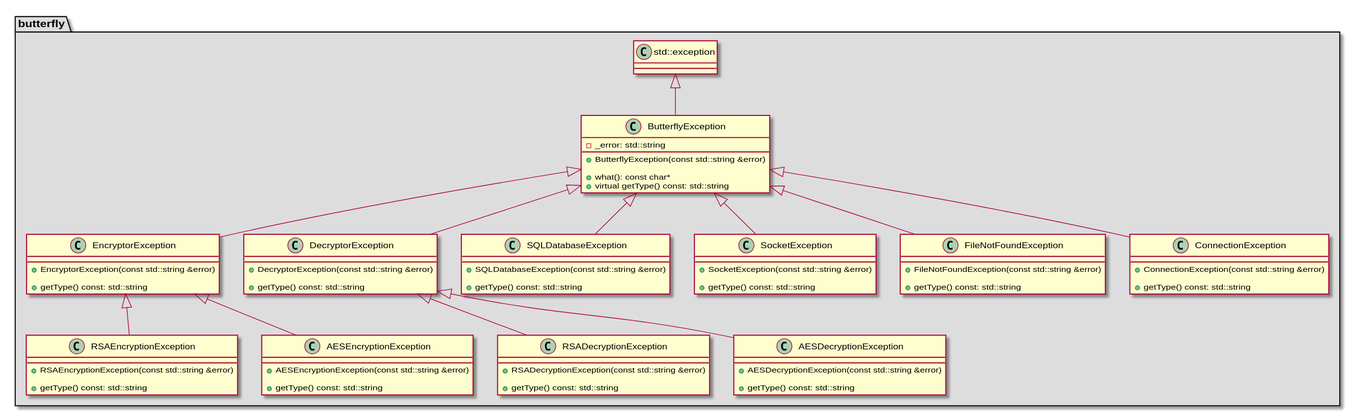
Before: architecture/class_diagrams/bflyExceptions.svg, a diagram exported from PlantUML (bierschi/butterfly).
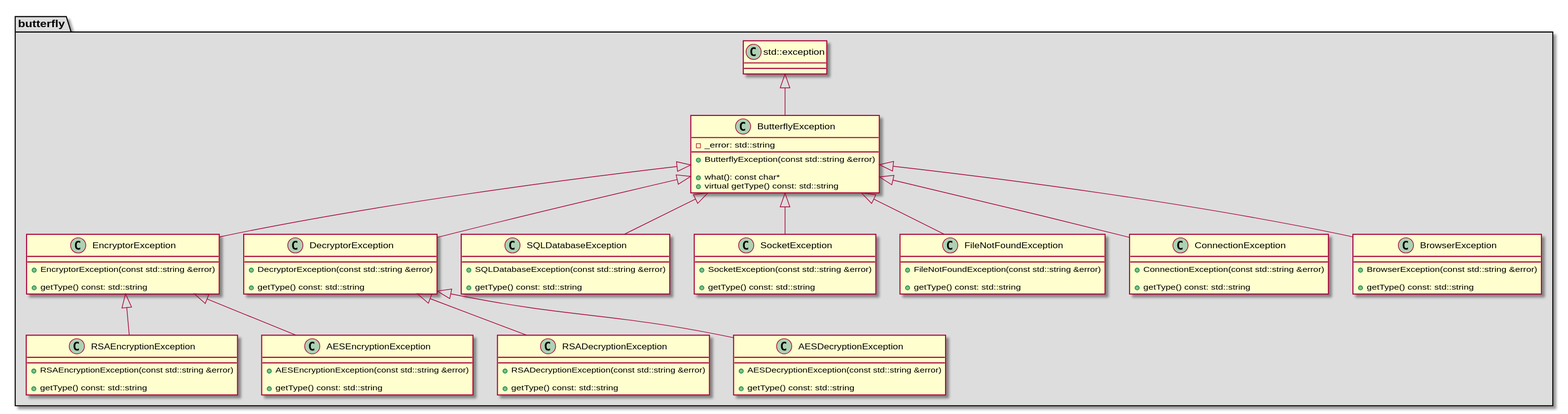
The same file after the commit.

Commit message:
Updated the class diagrams in architecture

What changed in the source:
```diff
@@ -98,6 +98,14 @@
     + getType() const: std::string
 }
 
+class BrowserException
+{
+
+    + BrowserException(const std::string &error)
+
+    + getType() const: std::string
+}
+
 std::exception <|-- ButterflyException
 ButterflyException <|-- EncryptorException
 ButterflyException <|-- DecryptorException
@@ -111,6 +119,7 @@
 ButterflyException <|-- SocketException
 ButterflyException <|-- FileNotFoundException
 ButterflyException <|-- ConnectionException
+ButterflyException <|-- BrowserException
 
 }
 @enduml
```
